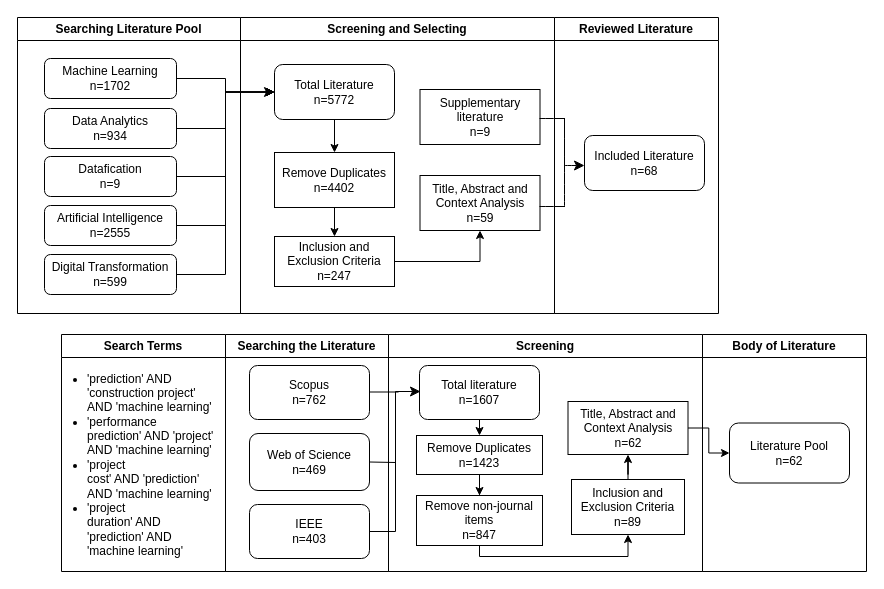
datou7119/Figures keeps this draw.io diagram as page "Page-1" (1 of 2) of literature process.drawio. Above is the earlier version. Source tidied: cells renumbered, new cells numbered last; positions are measured from the earlier drawing's top-left corner, leaving out a move shared by most shapes. Both pictures are drawn from the tidied source at 100%, with x=0, y=0 at pixel (17, 17).
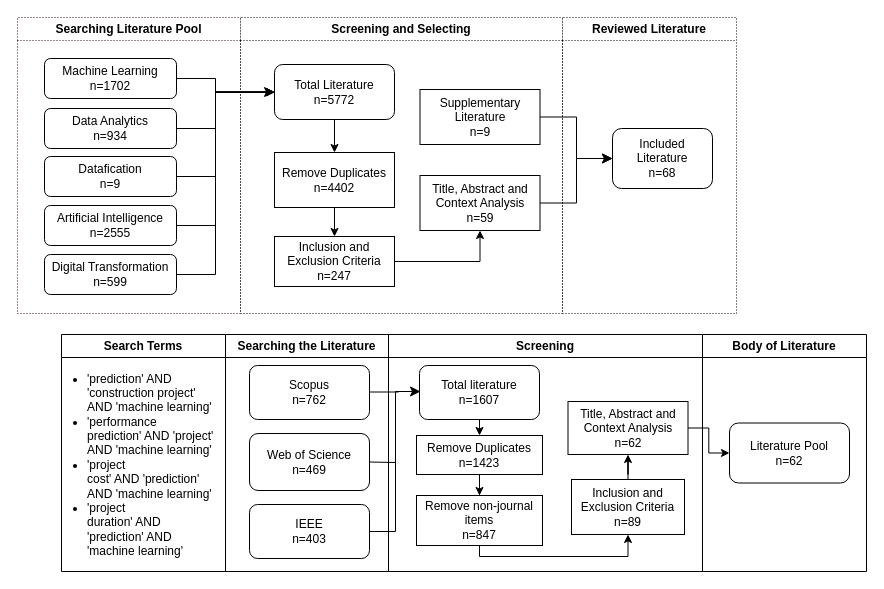
The same diagram, later.

The change refers to these unchanged cells:
```xml
<mxCell id="25" value="Artificial Intelligence&lt;br&gt;n=2555" style="rounded=1;whiteSpace=wrap;html=1;" parent="24" vertex="1">
  <mxGeometry x="27" y="188" width="132" height="40" as="geometry" />
</mxCell>
<mxCell id="26" value="Datafication&lt;br&gt;n=9" style="rounded=1;whiteSpace=wrap;html=1;" parent="24" vertex="1">
  <mxGeometry x="27" y="139" width="132" height="40" as="geometry" />
</mxCell>
<mxCell id="27" value="Machine Learning&lt;br&gt;n=1702" style="rounded=1;whiteSpace=wrap;html=1;" parent="24" vertex="1">
  <mxGeometry x="27" y="41" width="132" height="40" as="geometry" />
</mxCell>
<mxCell id="28" value="Data Analytics&lt;br&gt;n=934" style="rounded=1;whiteSpace=wrap;html=1;" parent="24" vertex="1">
  <mxGeometry x="27" y="91" width="132" height="40" as="geometry" />
</mxCell>
<mxCell id="29" value="Digital Transformation&lt;br&gt;n=599" style="rounded=1;whiteSpace=wrap;html=1;" parent="24" vertex="1">
  <mxGeometry x="27" y="237" width="132" height="40" as="geometry" />
</mxCell>
<mxCell id="31" value="Total Literature&lt;br&gt;n=5772" style="rounded=1;whiteSpace=wrap;html=1;" parent="30" vertex="1">
  <mxGeometry x="34" y="47" width="120" height="55" as="geometry" />
</mxCell>
<mxCell id="36" value="Title, Abstract and Context Analysis&lt;br&gt;n=59" style="rounded=0;whiteSpace=wrap;html=1;" parent="30" vertex="1">
  <mxGeometry x="179.5" y="158" width="120" height="55" as="geometry" />
</mxCell>
```

Diff of the diagram source:
```diff
@@
-    <mxCell id="24" value="Searching Literature Pool" style="swimlane;whiteSpace=wrap;html=1;startSize=23;" parent="1" vertex="1">
+    <mxCell id="24" value="Searching Literature Pool" style="swimlane;whiteSpace=wrap;html=1;startSize=23;strokeColor=#371515;dashed=1;dashPattern=1 2;" parent="1" vertex="1">
       <mxGeometry width="223" height="296" as="geometry" />
     </mxCell>
@@
-    <mxCell id="30" value="Screening and Selecting" style="swimlane;whiteSpace=wrap;html=1;" parent="1" vertex="1">
-      <mxGeometry x="223" width="314" height="296" as="geometry" />
+    <mxCell id="30" value="Screening and Selecting" style="swimlane;whiteSpace=wrap;html=1;dashed=1;dashPattern=1 2;" parent="1" vertex="1">
+      <mxGeometry x="223" width="322" height="296" as="geometry" />
     </mxCell>
@@
-    <mxCell id="37" value="Supplementary literature&lt;br&gt;n=9" style="whiteSpace=wrap;html=1;rounded=0;" parent="30" vertex="1">
+    <mxCell id="37" value="Supplementary Literature&lt;br&gt;n=9" style="whiteSpace=wrap;html=1;rounded=0;" parent="30" vertex="1">
       <mxGeometry x="179.5" y="72" width="120" height="55" as="geometry" />
     </mxCell>
@@
-    <mxCell id="39" style="endArrow=none;html=1;rounded=0;fontSize=12;startSize=8;endSize=8;curved=1;" parent="30" edge="1">
-      <mxGeometry relative="1" as="geometry">
-        <mxPoint x="299" y="189" as="sourcePoint" />
-        <mxPoint x="324" y="189" as="targetPoint" />
-      </mxGeometry>
-    </mxCell>
-    <mxCell id="40" value="Reviewed Literature" style="swimlane;whiteSpace=wrap;html=1;" parent="1" vertex="1">
-      <mxGeometry x="537" width="164" height="296" as="geometry" />
+    <mxCell id="40" value="Reviewed Literature" style="swimlane;whiteSpace=wrap;html=1;dashed=1;dashPattern=1 2;" parent="1" vertex="1">
+      <mxGeometry x="545" width="174" height="296" as="geometry" />
     </mxCell>
-    <mxCell id="41" value="Included Literature&lt;br&gt;n=68" style="rounded=1;whiteSpace=wrap;html=1;" parent="40" vertex="1">
-      <mxGeometry x="30" y="118" width="120" height="55" as="geometry" />
+    <mxCell id="41" value="Included &lt;br&gt;Literature&lt;br&gt;n=68" style="rounded=1;whiteSpace=wrap;html=1;" parent="40" vertex="1">
+      <mxGeometry x="50" y="111" width="100" height="60" as="geometry" />
     </mxCell>
-    <mxCell id="42" style="endArrow=classic;html=1;rounded=0;fontSize=12;startSize=8;endSize=8;curved=1;" parent="40" edge="1">
-      <mxGeometry relative="1" as="geometry">
-        <mxPoint x="10" y="148" as="sourcePoint" />
-        <mxPoint x="30" y="148" as="targetPoint" />
-      </mxGeometry>
-    </mxCell>
-    <mxCell id="43" style="endArrow=none;html=1;rounded=0;fontSize=12;startSize=8;endSize=8;curved=1;" parent="40" edge="1">
-      <mxGeometry relative="1" as="geometry">
-        <mxPoint x="10" y="189.5" as="sourcePoint" />
-        <mxPoint x="10" y="100.5" as="targetPoint" />
-      </mxGeometry>
-    </mxCell>
-    <mxCell id="44" style="endArrow=none;html=1;rounded=0;fontSize=12;startSize=8;endSize=8;curved=1;" parent="40" edge="1">
-      <mxGeometry relative="1" as="geometry">
-        <mxPoint x="-15" y="101" as="sourcePoint" />
-        <mxPoint x="10" y="101" as="targetPoint" />
-      </mxGeometry>
-    </mxCell>
     <mxCell id="45" style="edgeStyle=orthogonalEdgeStyle;rounded=0;jettySize=auto;html=1;exitX=1;exitY=0.5;exitDx=0;exitDy=0;entryX=0;entryY=0.5;entryDx=0;entryDy=0;" parent="1" edge="1" source="29" target="31">
-      <mxGeometry relative="1" as="geometry" />
+      <mxGeometry relative="1" as="geometry">
+        <Array as="points">
+          <mxPoint x="198" y="257" />
+          <mxPoint x="198" y="75" />
+        </Array>
+      </mxGeometry>
     </mxCell>
     <mxCell id="46" style="edgeStyle=orthogonalEdgeStyle;rounded=0;jettySize=auto;html=1;entryX=0;entryY=0.5;entryDx=0;entryDy=0;" parent="1" edge="1" source="26" target="31">
-      <mxGeometry relative="1" as="geometry" />
+      <mxGeometry relative="1" as="geometry">
+        <Array as="points">
+          <mxPoint x="198" y="159" />
+          <mxPoint x="198" y="75" />
+        </Array>
+      </mxGeometry>
     </mxCell>
     <mxCell id="47" style="edgeStyle=orthogonalEdgeStyle;rounded=0;jettySize=auto;html=1;entryX=0;entryY=0.5;entryDx=0;entryDy=0;" parent="1" edge="1" source="28" target="31">
-      <mxGeometry relative="1" as="geometry" />
+      <mxGeometry relative="1" as="geometry">
+        <Array as="points">
+          <mxPoint x="198" y="111" />
+          <mxPoint x="198" y="75" />
+        </Array>
+      </mxGeometry>
     </mxCell>
     <mxCell id="48" style="edgeStyle=orthogonalEdgeStyle;rounded=0;jettySize=auto;html=1;" parent="1" edge="1" source="27" target="31">
-      <mxGeometry relative="1" as="geometry" />
+      <mxGeometry relative="1" as="geometry">
+        <Array as="points">
+          <mxPoint x="198" y="61" />
+          <mxPoint x="198" y="75" />
+        </Array>
+      </mxGeometry>
     </mxCell>
     <mxCell id="49" style="edgeStyle=elbowEdgeStyle;elbow=horizontal;endArrow=classic;html=1;curved=0;rounded=0;endSize=8;startSize=8;exitX=1;exitY=0.5;exitDx=0;exitDy=0;entryX=0;entryY=0.5;entryDx=0;entryDy=0;" parent="1" edge="1" source="25" target="31">
-      <mxGeometry relative="1" as="geometry" />
+      <mxGeometry relative="1" as="geometry">
+        <Array as="points">
+          <mxPoint x="198" y="141" />
+        </Array>
+      </mxGeometry>
     </mxCell>
+    <mxCell id="50" style="edgeStyle=elbowEdgeStyle;rounded=0;jettySize=auto;html=1;fontSize=12;startSize=8;endSize=8;" parent="1" edge="1" source="37" target="41">
+      <mxGeometry relative="1" as="geometry" />
+    </mxCell>
+    <mxCell id="51" style="edgeStyle=elbowEdgeStyle;rounded=0;jettySize=auto;html=1;fontSize=12;startSize=8;endSize=8;" parent="1" edge="1" source="36" target="41">
+      <mxGeometry relative="1" as="geometry" />
+    </mxCell>
```
